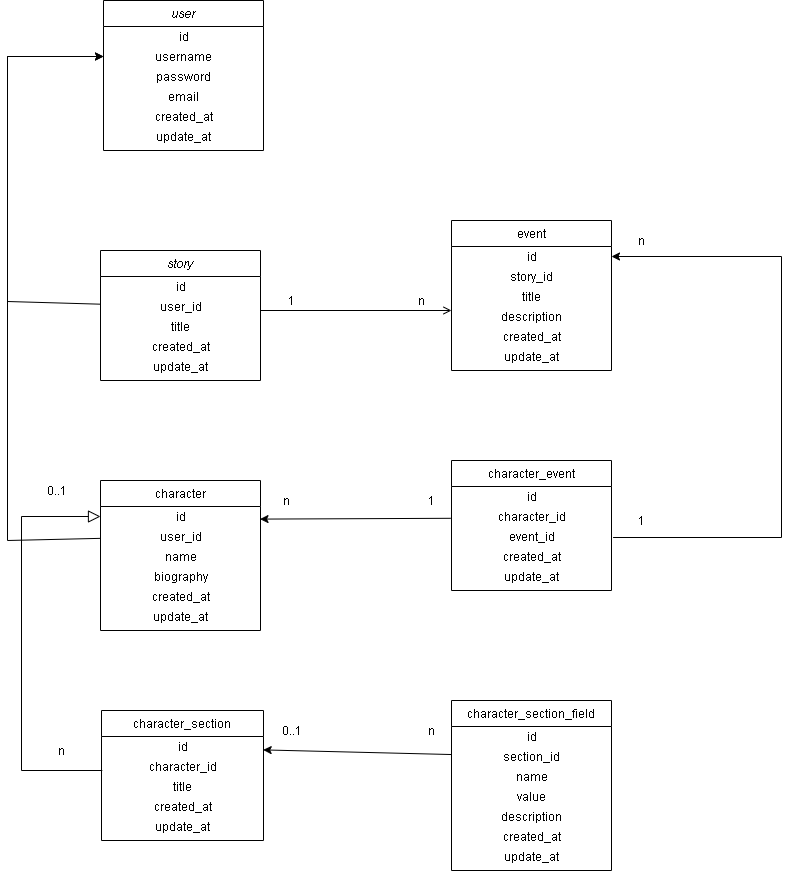
Before: docs/DB_diagram/DB_diagram.png, a diagram exported from draw.io (fullstacktf/Narrativas-Backend). Source tidied: cells renumbered, new cells last; positions are measured from the earlier drawing's top-left corner, leaving out a move shared by most shapes.
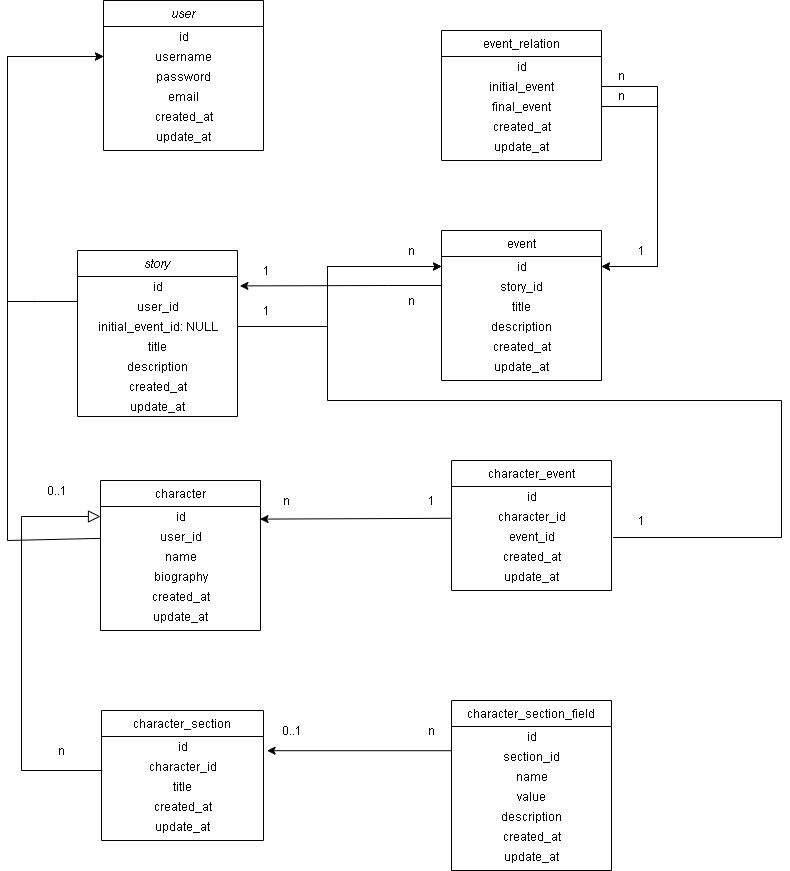
Above is the later version.

The edit, as a diff of the source:
```diff
@@ -3,7 +3,7 @@
     <mxCell id="0" />
     <mxCell id="1" parent="0" />
     <mxCell id="2" value="story" style="swimlane;fontStyle=2;align=center;verticalAlign=top;horizontal=1;startSize=26;rounded=0;shadow=0;strokeWidth=1;" parent="1" vertex="1">
-      <mxGeometry x="93" y="250" width="160" height="130" as="geometry" />
+      <mxGeometry x="70" y="250" width="160" height="166" as="geometry" />
     </mxCell>
     <mxCell id="3" value="id" style="text;html=1;align=center;verticalAlign=middle;points=[];" parent="2" vertex="1">
       <mxGeometry y="26" width="160" height="20" as="geometry" />
@@ -11,14 +11,20 @@
     <mxCell id="4" value="user_id" style="text;html=1;align=center;verticalAlign=middle;points=[];" parent="2" vertex="1">
       <mxGeometry y="46" width="160" height="20" as="geometry" />
     </mxCell>
+    <mxCell id="66" value="initial_event_id: NULL" style="text;html=1;align=center;verticalAlign=middle;points=[];" parent="2" vertex="1">
+      <mxGeometry y="66" width="160" height="20" as="geometry" />
+    </mxCell>
     <mxCell id="5" value="title" style="text;html=1;align=center;verticalAlign=middle;" parent="2" vertex="1">
-      <mxGeometry y="66" width="160" height="20" as="geometry" />
+      <mxGeometry y="86" width="160" height="20" as="geometry" />
     </mxCell>
+    <mxCell id="67" value="description" style="text;html=1;align=center;verticalAlign=middle;" parent="2" vertex="1">
+      <mxGeometry y="106" width="160" height="20" as="geometry" />
+    </mxCell>
     <mxCell id="6" value="created_at" style="text;html=1;align=center;verticalAlign=middle;" parent="2" vertex="1">
-      <mxGeometry y="86" width="160" height="20" as="geometry" />
+      <mxGeometry y="126" width="160" height="20" as="geometry" />
     </mxCell>
     <mxCell id="7" value="update_at" style="text;html=1;align=center;verticalAlign=middle;" parent="2" vertex="1">
-      <mxGeometry y="106" width="160" height="20" as="geometry" />
+      <mxGeometry y="146" width="160" height="20" as="geometry" />
     </mxCell>
     <mxCell id="8" value="character" style="swimlane;fontStyle=0;align=center;verticalAlign=top;horizontal=1;startSize=26;rounded=0;shadow=0;strokeWidth=1;" parent="1" vertex="1">
       <mxGeometry x="93" y="480" width="160" height="150" as="geometry" />
@@ -42,7 +48,7 @@
       <mxGeometry y="126" width="160" height="20" as="geometry" />
     </mxCell>
     <mxCell id="15" value="event" style="swimlane;fontStyle=0;align=center;verticalAlign=top;horizontal=1;startSize=26;rounded=0;shadow=0;strokeWidth=1;" parent="1" vertex="1">
-      <mxGeometry x="444" y="220" width="160" height="150" as="geometry" />
+      <mxGeometry x="434" y="230" width="160" height="150" as="geometry" />
     </mxCell>
     <mxCell id="16" value="id" style="text;html=1;align=center;verticalAlign=middle;points=[];" parent="15" vertex="1">
       <mxGeometry y="26" width="160" height="20" as="geometry" />
@@ -62,11 +68,6 @@
     <mxCell id="21" value="update_at" style="text;html=1;align=center;verticalAlign=middle;" parent="15" vertex="1">
       <mxGeometry y="126" width="160" height="20" as="geometry" />
     </mxCell>
-    <mxCell id="22" style="endArrow=open;shadow=0;strokeWidth=1;rounded=0;endFill=1;edgeStyle=elbowEdgeStyle;elbow=vertical;" parent="1" edge="1" source="2" target="15">
-      <mxGeometry x="0.5" y="41" relative="1" as="geometry">
-        <mxPoint x="-40" y="32" as="offset" />
-      </mxGeometry>
-    </mxCell>
     <mxCell id="23" value="character_event" style="swimlane;fontStyle=0;align=center;verticalAlign=top;horizontal=1;startSize=26;rounded=0;shadow=0;strokeWidth=1;" parent="1" vertex="1">
       <mxGeometry x="444" y="460" width="160" height="130" as="geometry" />
     </mxCell>
@@ -141,7 +142,9 @@
       <mxGeometry relative="1" as="geometry">
         <Array as="points">
           <mxPoint x="774" y="537" />
-          <mxPoint x="774" y="256" />
+          <mxPoint x="774" y="400" />
+          <mxPoint x="320" y="400" />
+          <mxPoint x="320" y="266" />
         </Array>
       </mxGeometry>
     </mxCell>
@@ -158,10 +161,10 @@
       <mxGeometry x="414" y="720" width="20" height="20" as="geometry" />
     </mxCell>
     <mxCell id="50" value="1" style="text;html=1;align=center;verticalAlign=middle;" parent="1" vertex="1">
-      <mxGeometry x="274" y="290" width="20" height="20" as="geometry" />
+      <mxGeometry x="249" y="260" width="20" height="20" as="geometry" />
     </mxCell>
-    <mxCell id="51" value="n" style="text;html=1;align=center;verticalAlign=middle;" parent="1" vertex="1">
-      <mxGeometry x="624" y="230" width="20" height="20" as="geometry" />
+    <mxCell id="51" value="1" style="text;html=1;align=center;verticalAlign=middle;" parent="1" vertex="1">
+      <mxGeometry x="624" y="240" width="20" height="20" as="geometry" />
     </mxCell>
     <mxCell id="52" value="1" style="text;html=1;align=center;verticalAlign=middle;" parent="1" vertex="1">
       <mxGeometry x="414" y="490" width="20" height="20" as="geometry" />
@@ -173,11 +176,8 @@
       <mxGeometry x="624" y="510" width="20" height="20" as="geometry" />
     </mxCell>
     <mxCell id="55" value="n" style="text;html=1;align=center;verticalAlign=middle;" parent="1" vertex="1">
-      <mxGeometry x="404" y="290" width="20" height="20" as="geometry" />
+      <mxGeometry x="394" y="240" width="20" height="20" as="geometry" />
     </mxCell>
-    <mxCell id="56" style="edgeStyle=none;rounded=0;jettySize=auto;html=1;entryX=0.998;entryY=0.67;entryDx=0;entryDy=0;entryPerimeter=0;" parent="1" edge="1" source="37" target="30">
-      <mxGeometry relative="1" as="geometry" />
-    </mxCell>
     <mxCell id="57" value="user" style="swimlane;fontStyle=2;align=center;verticalAlign=top;horizontal=1;startSize=26;rounded=0;shadow=0;strokeWidth=1;" parent="1" vertex="1">
       <mxGeometry x="96" width="160" height="150" as="geometry" />
     </mxCell>
@@ -199,9 +199,11 @@
     <mxCell id="63" value="update_at" style="text;html=1;align=center;verticalAlign=middle;" parent="57" vertex="1">
       <mxGeometry y="126" width="160" height="20" as="geometry" />
     </mxCell>
-    <mxCell id="64" style="edgeStyle=none;rounded=0;jettySize=auto;html=1;" parent="1" edge="1" source="4" target="59">
+    <mxCell id="64" style="edgeStyle=none;rounded=0;jettySize=auto;html=1;" parent="1" edge="1" target="59">
       <mxGeometry relative="1" as="geometry">
+        <mxPoint x="70" y="301" as="sourcePoint" />
         <Array as="points">
+          <mxPoint x="30" y="301" />
           <mxPoint y="301" />
           <mxPoint y="180" />
           <mxPoint y="56" />
@@ -212,10 +214,79 @@
       <mxGeometry relative="1" as="geometry">
         <Array as="points">
           <mxPoint y="540" />
-          <mxPoint y="300" />
           <mxPoint y="56" />
         </Array>
       </mxGeometry>
     </mxCell>
+    <mxCell id="68" style="edgeStyle=orthogonalEdgeStyle;rounded=0;jettySize=auto;html=1;" parent="1" edge="1" source="66" target="16">
+      <mxGeometry relative="1" as="geometry">
+        <Array as="points">
+          <mxPoint x="320" y="326" />
+          <mxPoint x="320" y="266" />
+        </Array>
+      </mxGeometry>
+    </mxCell>
+    <mxCell id="69" style="edgeStyle=orthogonalEdgeStyle;rounded=0;jettySize=auto;html=1;entryX=1.015;entryY=0.47;entryDx=0;entryDy=0;entryPerimeter=0;" parent="1" edge="1" source="17" target="3">
+      <mxGeometry relative="1" as="geometry">
+        <Array as="points">
+          <mxPoint x="380" y="285" />
+          <mxPoint x="380" y="285" />
+        </Array>
+      </mxGeometry>
+    </mxCell>
+    <mxCell id="70" value="event_relation" style="swimlane;fontStyle=0;align=center;verticalAlign=top;horizontal=1;startSize=26;rounded=0;shadow=0;strokeWidth=1;" parent="1" vertex="1">
+      <mxGeometry x="434" y="30" width="160" height="130" as="geometry" />
+    </mxCell>
+    <mxCell id="71" value="id" style="text;html=1;align=center;verticalAlign=middle;" parent="70" vertex="1">
+      <mxGeometry y="26" width="160" height="20" as="geometry" />
+    </mxCell>
+    <mxCell id="72" value="initial_event" style="text;html=1;align=center;verticalAlign=middle;points=[];" parent="70" vertex="1">
+      <mxGeometry y="46" width="160" height="20" as="geometry" />
+    </mxCell>
+    <mxCell id="73" value="final_event" style="text;html=1;align=center;verticalAlign=middle;points=[];" parent="70" vertex="1">
+      <mxGeometry y="66" width="160" height="20" as="geometry" />
+    </mxCell>
+    <mxCell id="74" value="created_at" style="text;html=1;align=center;verticalAlign=middle;" parent="70" vertex="1">
+      <mxGeometry y="86" width="160" height="20" as="geometry" />
+    </mxCell>
+    <mxCell id="75" value="update_at" style="text;html=1;align=center;verticalAlign=middle;" parent="70" vertex="1">
+      <mxGeometry y="106" width="160" height="20" as="geometry" />
+    </mxCell>
+    <mxCell id="76" style="edgeStyle=orthogonalEdgeStyle;rounded=0;jettySize=auto;html=1;" parent="1" edge="1" source="72" target="16">
+      <mxGeometry relative="1" as="geometry">
+        <Array as="points">
+          <mxPoint x="650" y="86" />
+          <mxPoint x="650" y="266" />
+        </Array>
+      </mxGeometry>
+    </mxCell>
+    <mxCell id="77" style="edgeStyle=orthogonalEdgeStyle;rounded=0;jettySize=auto;html=1;" parent="1" edge="1" source="73" target="16">
+      <mxGeometry relative="1" as="geometry">
+        <Array as="points">
+          <mxPoint x="650" y="106" />
+          <mxPoint x="650" y="266" />
+        </Array>
+      </mxGeometry>
+    </mxCell>
+    <mxCell id="78" value="n" style="text;html=1;align=center;verticalAlign=middle;" parent="1" vertex="1">
+      <mxGeometry x="394" y="290" width="20" height="20" as="geometry" />
+    </mxCell>
+    <mxCell id="79" value="1" style="text;html=1;align=center;verticalAlign=middle;" parent="1" vertex="1">
+      <mxGeometry x="249" y="300" width="20" height="20" as="geometry" />
+    </mxCell>
+    <mxCell id="80" value="n" style="text;html=1;align=center;verticalAlign=middle;" parent="1" vertex="1">
+      <mxGeometry x="604" y="65" width="20" height="20" as="geometry" />
+    </mxCell>
+    <mxCell id="81" value="n" style="text;html=1;align=center;verticalAlign=middle;" parent="1" vertex="1">
+      <mxGeometry x="604" y="85" width="20" height="20" as="geometry" />
+    </mxCell>
+    <mxCell id="56" style="edgeStyle=orthogonalEdgeStyle;rounded=0;jettySize=auto;html=1;entryX=1.022;entryY=0.71;entryDx=0;entryDy=0;entryPerimeter=0;" parent="1" edge="1" source="37" target="30">
+      <mxGeometry relative="1" as="geometry">
+        <Array as="points">
+          <mxPoint x="450" y="750" />
+          <mxPoint x="450" y="750" />
+        </Array>
+      </mxGeometry>
+    </mxCell>
   </root>
 </mxGraphModel>
```
